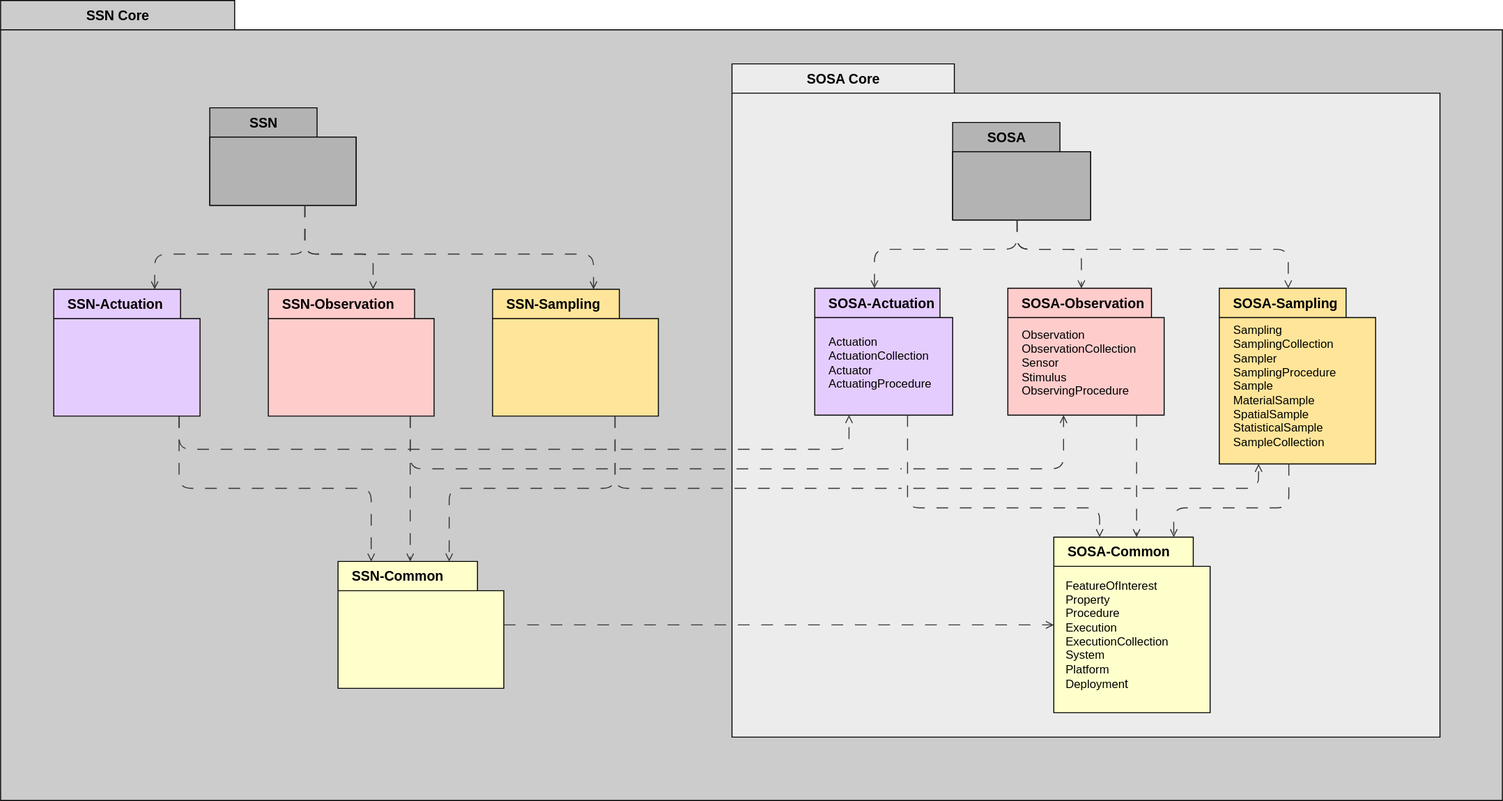
Above: ssn/images/SSN-core-modules.svg in afeliachi/sdw-sosa-ssn (draw.io), before the change. Source tidied: cells renumbered, new cells last; positions are measured from the earlier drawing's top-left corner, leaving out a move shared by most shapes.
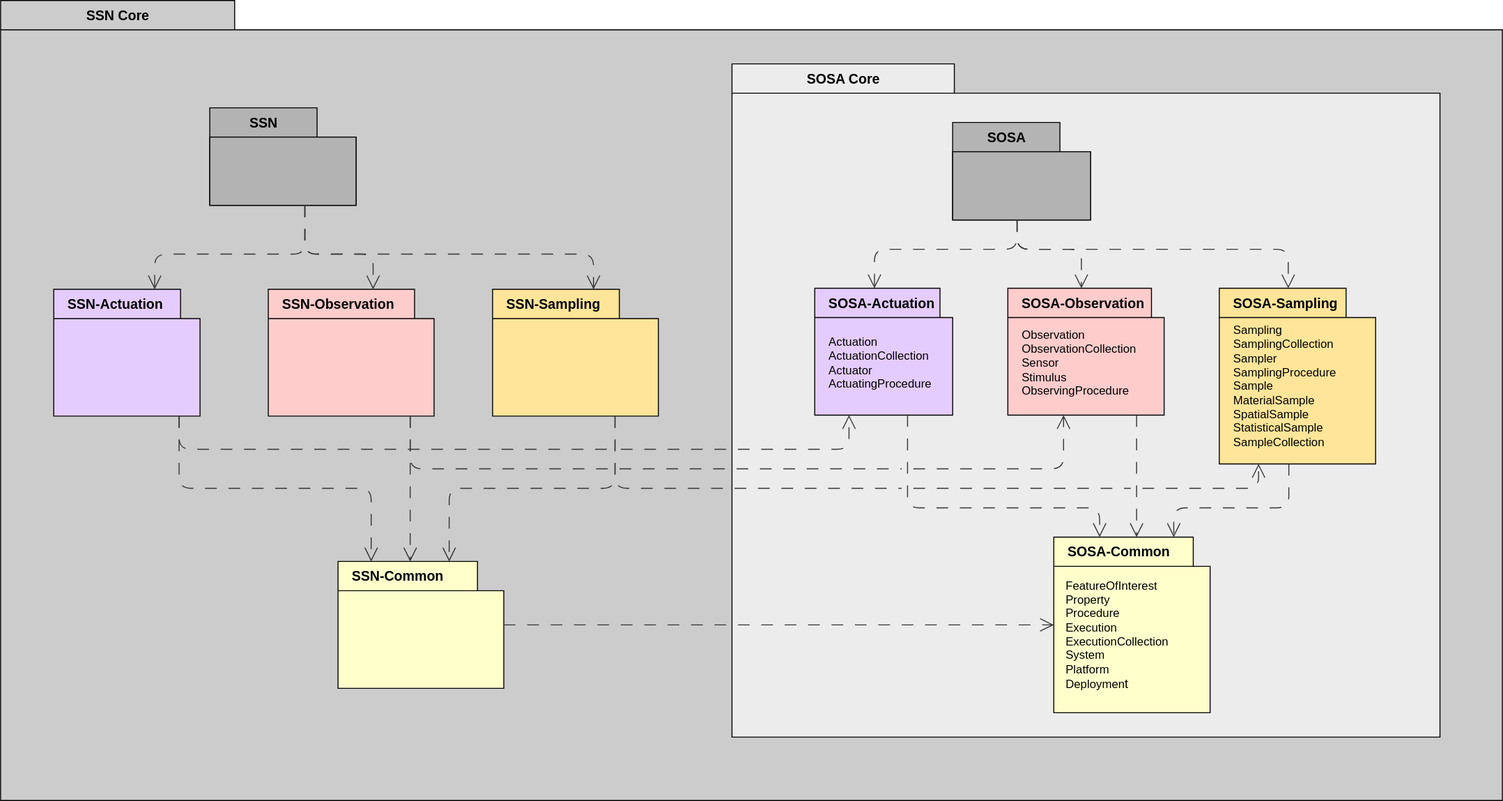
Later version of the same file.

Diff of the diagram source:
```diff
@@ -53,7 +53,7 @@
         <mxPoint y="30" as="offset" />
       </mxGeometry>
     </mxCell>
-    <mxCell id="15" style="html=1;jettySize=18;whiteSpace=wrap;fontSize=13;strokeColor=#333333;strokeOpacity=100;fixDash=1;strokeWidth=1;rounded=1;arcSize=24;edgeStyle=orthogonalEdgeStyle;startArrow=none;endArrow=open;lucidId=S1U.udle6dnT;dashed=1;dashPattern=12 12;convertToSvg=1;fontColor=default;" parent="3" edge="1" source="13" target="5">
+    <mxCell id="15" style="html=1;jettySize=18;whiteSpace=wrap;fontSize=13;strokeColor=#333333;strokeOpacity=100;fixDash=1;strokeWidth=1;rounded=1;arcSize=24;edgeStyle=orthogonalEdgeStyle;startArrow=none;endArrow=open;lucidId=S1U.udle6dnT;dashed=1;dashPattern=12 12;convertToSvg=1;fontColor=default;endSize=12;" parent="3" edge="1" source="13" target="5">
       <mxGeometry relative="1" as="geometry">
         <Array as="points">
           <mxPoint x="292.3" y="190" />
@@ -61,7 +61,7 @@
         </Array>
       </mxGeometry>
     </mxCell>
-    <mxCell id="16" style="html=1;jettySize=18;whiteSpace=wrap;fontSize=13;strokeColor=#333333;strokeOpacity=100;fixDash=1;strokeWidth=1;rounded=1;arcSize=24;edgeStyle=orthogonalEdgeStyle;startArrow=none;endArrow=open;lucidId=S1U.udle6dnT;dashed=1;dashPattern=12 12;convertToSvg=1;fontColor=default;" parent="3" edge="1" source="13" target="7">
+    <mxCell id="16" style="html=1;jettySize=18;whiteSpace=wrap;fontSize=13;strokeColor=#333333;strokeOpacity=100;fixDash=1;strokeWidth=1;rounded=1;arcSize=24;edgeStyle=orthogonalEdgeStyle;startArrow=none;endArrow=open;lucidId=S1U.udle6dnT;dashed=1;dashPattern=12 12;convertToSvg=1;fontColor=default;endSize=12;" parent="3" edge="1" source="13" target="7">
       <mxGeometry relative="1" as="geometry">
         <Array as="points">
           <mxPoint x="292.3" y="190" />
@@ -69,7 +69,7 @@
         </Array>
       </mxGeometry>
     </mxCell>
-    <mxCell id="17" style="html=1;jettySize=18;whiteSpace=wrap;fontSize=13;strokeColor=#333333;strokeOpacity=100;fixDash=1;strokeWidth=1;rounded=1;arcSize=24;edgeStyle=orthogonalEdgeStyle;startArrow=none;endArrow=open;lucidId=S1U.udle6dnT;dashed=1;dashPattern=12 12;convertToSvg=1;fontColor=default;" parent="3" edge="1" source="13" target="9">
+    <mxCell id="17" style="html=1;jettySize=18;whiteSpace=wrap;fontSize=13;strokeColor=#333333;strokeOpacity=100;fixDash=1;strokeWidth=1;rounded=1;arcSize=24;edgeStyle=orthogonalEdgeStyle;startArrow=none;endArrow=open;lucidId=S1U.udle6dnT;dashed=1;dashPattern=12 12;convertToSvg=1;fontColor=default;endSize=12;" parent="3" edge="1" source="13" target="9">
       <mxGeometry relative="1" as="geometry">
         <Array as="points">
           <mxPoint x="292.3" y="190" />
@@ -77,7 +77,7 @@
         </Array>
       </mxGeometry>
     </mxCell>
-    <mxCell id="18" style="html=1;jettySize=18;whiteSpace=wrap;fontSize=13;strokeColor=#333333;strokeOpacity=100;fixDash=1;strokeWidth=1;rounded=1;arcSize=24;edgeStyle=orthogonalEdgeStyle;startArrow=none;endArrow=open;lucidId=S1U.udle6dnT;dashed=1;dashPattern=12 12;convertToSvg=1;fontColor=default;" parent="3" edge="1" source="5" target="11">
+    <mxCell id="18" style="html=1;jettySize=18;whiteSpace=wrap;fontSize=13;strokeColor=#333333;strokeOpacity=100;fixDash=1;strokeWidth=1;rounded=1;arcSize=24;edgeStyle=orthogonalEdgeStyle;startArrow=none;endArrow=open;lucidId=S1U.udle6dnT;dashed=1;dashPattern=12 12;convertToSvg=1;fontColor=default;endSize=12;" parent="3" edge="1" source="5" target="11">
       <mxGeometry relative="1" as="geometry">
         <Array as="points">
           <mxPoint x="571" y="455" />
@@ -85,7 +85,7 @@
         </Array>
       </mxGeometry>
     </mxCell>
-    <mxCell id="19" style="html=1;jettySize=18;whiteSpace=wrap;fontSize=13;strokeColor=#333333;strokeOpacity=100;fixDash=1;strokeWidth=1;rounded=1;arcSize=24;edgeStyle=orthogonalEdgeStyle;startArrow=none;endArrow=open;lucidId=S1U.udle6dnT;dashed=1;dashPattern=12 12;convertToSvg=1;fontColor=default;" parent="3" edge="1" source="7" target="11">
+    <mxCell id="19" style="html=1;jettySize=18;whiteSpace=wrap;fontSize=13;strokeColor=#333333;strokeOpacity=100;fixDash=1;strokeWidth=1;rounded=1;arcSize=24;edgeStyle=orthogonalEdgeStyle;startArrow=none;endArrow=open;lucidId=S1U.udle6dnT;dashed=1;dashPattern=12 12;convertToSvg=1;fontColor=default;endSize=12;" parent="3" edge="1" source="7" target="11">
       <mxGeometry relative="1" as="geometry">
         <Array as="points">
           <mxPoint x="414.9" y="380" />
@@ -93,7 +93,7 @@
         </Array>
       </mxGeometry>
     </mxCell>
-    <mxCell id="20" style="html=1;jettySize=18;whiteSpace=wrap;fontSize=13;strokeColor=#333333;strokeOpacity=100;fixDash=1;strokeWidth=1;rounded=1;arcSize=24;edgeStyle=orthogonalEdgeStyle;startArrow=none;endArrow=open;lucidId=S1U.udle6dnT;dashed=1;dashPattern=12 12;convertToSvg=1;fontColor=default;" parent="3" edge="1" source="9" target="11">
+    <mxCell id="20" style="html=1;jettySize=18;whiteSpace=wrap;fontSize=13;strokeColor=#333333;strokeOpacity=100;fixDash=1;strokeWidth=1;rounded=1;arcSize=24;edgeStyle=orthogonalEdgeStyle;startArrow=none;endArrow=open;lucidId=S1U.udle6dnT;dashed=1;dashPattern=12 12;convertToSvg=1;fontColor=default;endSize=12;" parent="3" edge="1" source="9" target="11">
       <mxGeometry relative="1" as="geometry">
         <Array as="points">
           <mxPoint x="180" y="455" />
@@ -141,7 +141,7 @@
         <mxPoint y="30" as="offset" />
       </mxGeometry>
     </mxCell>
-    <mxCell id="31" style="html=1;jettySize=18;whiteSpace=wrap;fontSize=13;strokeColor=#333333;strokeOpacity=100;fixDash=1;strokeWidth=1;rounded=1;arcSize=24;edgeStyle=orthogonalEdgeStyle;startArrow=none;endArrow=open;lucidId=S1U.udle6dnT;dashed=1;dashPattern=12 12;convertToSvg=1;fontColor=default;" parent="2" edge="1" source="29" target="21">
+    <mxCell id="31" style="html=1;jettySize=18;whiteSpace=wrap;fontSize=13;strokeColor=#333333;strokeOpacity=100;fixDash=1;strokeWidth=1;rounded=1;arcSize=24;edgeStyle=orthogonalEdgeStyle;startArrow=none;endArrow=open;lucidId=S1U.udle6dnT;dashed=1;dashPattern=12 12;convertToSvg=1;fontColor=default;endSize=12;" parent="2" edge="1" source="29" target="21">
       <mxGeometry relative="1" as="geometry">
         <Array as="points">
           <mxPoint x="312" y="260" />
@@ -149,7 +149,7 @@
         </Array>
       </mxGeometry>
     </mxCell>
-    <mxCell id="32" style="html=1;jettySize=18;whiteSpace=wrap;fontSize=13;strokeColor=#333333;strokeOpacity=100;fixDash=1;strokeWidth=1;rounded=1;arcSize=24;edgeStyle=orthogonalEdgeStyle;startArrow=none;endArrow=open;lucidId=S1U.udle6dnT;dashed=1;dashPattern=12 12;convertToSvg=1;fontColor=default;" parent="2" edge="1" source="29" target="23">
+    <mxCell id="32" style="html=1;jettySize=18;whiteSpace=wrap;fontSize=13;strokeColor=#333333;strokeOpacity=100;fixDash=1;strokeWidth=1;rounded=1;arcSize=24;edgeStyle=orthogonalEdgeStyle;startArrow=none;endArrow=open;lucidId=S1U.udle6dnT;dashed=1;dashPattern=12 12;convertToSvg=1;fontColor=default;endSize=12;" parent="2" edge="1" source="29" target="23">
       <mxGeometry relative="1" as="geometry">
         <Array as="points">
           <mxPoint x="312" y="260" />
@@ -157,7 +157,7 @@
         </Array>
       </mxGeometry>
     </mxCell>
-    <mxCell id="33" style="html=1;jettySize=18;whiteSpace=wrap;fontSize=13;strokeColor=#333333;strokeOpacity=100;fixDash=1;strokeWidth=1;rounded=1;arcSize=24;edgeStyle=orthogonalEdgeStyle;startArrow=none;endArrow=open;lucidId=S1U.udle6dnT;dashed=1;dashPattern=12 12;convertToSvg=1;fontColor=default;" parent="2" edge="1" source="29" target="25">
+    <mxCell id="33" style="html=1;jettySize=18;whiteSpace=wrap;fontSize=13;strokeColor=#333333;strokeOpacity=100;fixDash=1;strokeWidth=1;rounded=1;arcSize=24;edgeStyle=orthogonalEdgeStyle;startArrow=none;endArrow=open;lucidId=S1U.udle6dnT;dashed=1;dashPattern=12 12;convertToSvg=1;fontColor=default;endSize=12;" parent="2" edge="1" source="29" target="25">
       <mxGeometry relative="1" as="geometry">
         <Array as="points">
           <mxPoint x="312" y="260" />
@@ -165,7 +165,7 @@
         </Array>
       </mxGeometry>
     </mxCell>
-    <mxCell id="34" style="html=1;jettySize=18;whiteSpace=wrap;fontSize=13;strokeColor=#333333;strokeOpacity=100;fixDash=1;strokeWidth=1;rounded=1;arcSize=24;edgeStyle=orthogonalEdgeStyle;startArrow=none;endArrow=open;lucidId=S1U.udle6dnT;dashed=1;dashPattern=12 12;convertToSvg=1;fontColor=default;" parent="2" edge="1" source="21" target="27">
+    <mxCell id="34" style="html=1;jettySize=18;whiteSpace=wrap;fontSize=13;strokeColor=#333333;strokeOpacity=100;fixDash=1;strokeWidth=1;rounded=1;arcSize=24;edgeStyle=orthogonalEdgeStyle;startArrow=none;endArrow=open;lucidId=S1U.udle6dnT;dashed=1;dashPattern=12 12;convertToSvg=1;fontColor=default;endSize=12;" parent="2" edge="1" source="21" target="27">
       <mxGeometry relative="1" as="geometry">
         <Array as="points">
           <mxPoint x="630" y="500" />
@@ -173,7 +173,7 @@
         </Array>
       </mxGeometry>
     </mxCell>
-    <mxCell id="35" style="html=1;jettySize=18;whiteSpace=wrap;fontSize=13;strokeColor=#333333;strokeOpacity=100;fixDash=1;strokeWidth=1;rounded=1;arcSize=24;edgeStyle=orthogonalEdgeStyle;startArrow=none;endArrow=open;lucidId=S1U.udle6dnT;dashed=1;dashPattern=12 12;convertToSvg=1;fontColor=default;" parent="2" edge="1" source="23" target="27">
+    <mxCell id="35" style="html=1;jettySize=18;whiteSpace=wrap;fontSize=13;strokeColor=#333333;strokeOpacity=100;fixDash=1;strokeWidth=1;rounded=1;arcSize=24;edgeStyle=orthogonalEdgeStyle;startArrow=none;endArrow=open;lucidId=S1U.udle6dnT;dashed=1;dashPattern=12 12;convertToSvg=1;fontColor=default;endSize=12;" parent="2" edge="1" source="23" target="27">
       <mxGeometry relative="1" as="geometry">
         <Array as="points">
           <mxPoint x="420" y="470" />
@@ -181,7 +181,7 @@
         </Array>
       </mxGeometry>
     </mxCell>
-    <mxCell id="36" style="html=1;jettySize=18;whiteSpace=wrap;fontSize=13;strokeColor=#333333;strokeOpacity=100;fixDash=1;strokeWidth=1;rounded=1;arcSize=24;edgeStyle=orthogonalEdgeStyle;startArrow=none;endArrow=open;lucidId=S1U.udle6dnT;dashed=1;dashPattern=12 12;convertToSvg=1;fontColor=default;" parent="2" edge="1" source="25" target="27">
+    <mxCell id="36" style="html=1;jettySize=18;whiteSpace=wrap;fontSize=13;strokeColor=#333333;strokeOpacity=100;fixDash=1;strokeWidth=1;rounded=1;arcSize=24;edgeStyle=orthogonalEdgeStyle;startArrow=none;endArrow=open;lucidId=S1U.udle6dnT;dashed=1;dashPattern=12 12;convertToSvg=1;fontColor=default;endSize=12;" parent="2" edge="1" source="25" target="27">
       <mxGeometry relative="1" as="geometry">
         <Array as="points">
           <mxPoint x="183" y="500" />
@@ -189,10 +189,10 @@
         </Array>
       </mxGeometry>
     </mxCell>
-    <mxCell id="37" style="html=1;jettySize=18;whiteSpace=wrap;fontSize=13;strokeColor=#333333;strokeOpacity=100;fixDash=1;strokeWidth=1;rounded=1;arcSize=24;edgeStyle=orthogonalEdgeStyle;startArrow=none;endArrow=open;lucidId=S1U.udle6dnT;dashed=1;dashPattern=12 12;convertToSvg=1;fontColor=default;" parent="2" edge="1" source="27" target="11">
+    <mxCell id="37" style="html=1;jettySize=18;whiteSpace=wrap;fontSize=13;strokeColor=#333333;strokeOpacity=100;fixDash=1;strokeWidth=1;rounded=1;arcSize=24;edgeStyle=orthogonalEdgeStyle;startArrow=none;endArrow=open;lucidId=S1U.udle6dnT;dashed=1;dashPattern=12 12;convertToSvg=1;fontColor=default;endSize=12;" parent="2" edge="1" source="27" target="11">
       <mxGeometry relative="1" as="geometry" />
     </mxCell>
-    <mxCell id="38" style="html=1;jettySize=18;whiteSpace=wrap;fontSize=13;strokeColor=#333333;strokeOpacity=100;fixDash=1;strokeWidth=1;rounded=1;arcSize=24;edgeStyle=orthogonalEdgeStyle;startArrow=none;endArrow=open;lucidId=S1U.udle6dnT;dashed=1;dashPattern=12 12;convertToSvg=1;jumpStyle=gap;jumpSize=12;fontColor=default;" parent="2" edge="1" source="21" target="5">
+    <mxCell id="38" style="html=1;jettySize=18;whiteSpace=wrap;fontSize=13;strokeColor=#333333;strokeOpacity=100;fixDash=1;strokeWidth=1;rounded=1;arcSize=24;edgeStyle=orthogonalEdgeStyle;startArrow=none;endArrow=open;lucidId=S1U.udle6dnT;dashed=1;dashPattern=12 12;convertToSvg=1;jumpStyle=gap;jumpSize=12;fontColor=default;endSize=12;" parent="2" edge="1" source="21" target="5">
       <mxGeometry relative="1" as="geometry">
         <Array as="points">
           <mxPoint x="630" y="500" />
@@ -200,7 +200,7 @@
         </Array>
       </mxGeometry>
     </mxCell>
-    <mxCell id="39" style="html=1;jettySize=18;whiteSpace=wrap;fontSize=13;strokeColor=#333333;strokeOpacity=100;fixDash=1;strokeWidth=1;rounded=1;arcSize=24;edgeStyle=orthogonalEdgeStyle;startArrow=none;endArrow=open;lucidId=S1U.udle6dnT;dashed=1;dashPattern=12 12;convertToSvg=1;jumpStyle=gap;jumpSize=12;fontColor=default;" parent="2" edge="1" source="23" target="7">
+    <mxCell id="39" style="html=1;jettySize=18;whiteSpace=wrap;fontSize=13;strokeColor=#333333;strokeOpacity=100;fixDash=1;strokeWidth=1;rounded=1;arcSize=24;edgeStyle=orthogonalEdgeStyle;startArrow=none;endArrow=open;lucidId=S1U.udle6dnT;dashed=1;dashPattern=12 12;convertToSvg=1;jumpStyle=gap;jumpSize=12;fontColor=default;endSize=12;" parent="2" edge="1" source="23" target="7">
       <mxGeometry relative="1" as="geometry">
         <Array as="points">
           <mxPoint x="420" y="480" />
@@ -208,7 +208,7 @@
         </Array>
       </mxGeometry>
     </mxCell>
-    <mxCell id="40" style="html=1;jettySize=18;whiteSpace=wrap;fontSize=13;strokeColor=#333333;strokeOpacity=100;fixDash=1;strokeWidth=1;rounded=1;arcSize=24;edgeStyle=orthogonalEdgeStyle;startArrow=none;endArrow=open;lucidId=S1U.udle6dnT;dashed=1;dashPattern=12 12;convertToSvg=1;jumpStyle=gap;jumpSize=12;fontColor=default;" parent="2" edge="1" source="25" target="9">
+    <mxCell id="40" style="html=1;jettySize=18;whiteSpace=wrap;fontSize=13;strokeColor=#333333;strokeOpacity=100;fixDash=1;strokeWidth=1;rounded=1;arcSize=24;edgeStyle=orthogonalEdgeStyle;startArrow=none;endArrow=open;lucidId=S1U.udle6dnT;dashed=1;dashPattern=12 12;convertToSvg=1;jumpStyle=gap;jumpSize=12;fontColor=default;endSize=12;" parent="2" edge="1" source="25" target="9">
       <mxGeometry relative="1" as="geometry">
         <Array as="points">
           <mxPoint x="183" y="460" />
```
